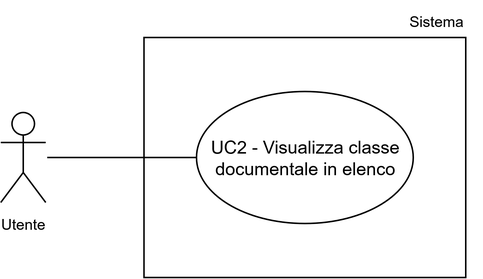
Above: assets/uml/UC2.png in 7-ZPUs/Docs (draw.io), before the change. Source tidied: cells renumbered, new cells last; positions are measured from the earlier drawing's top-left corner, leaving out a move shared by most shapes.
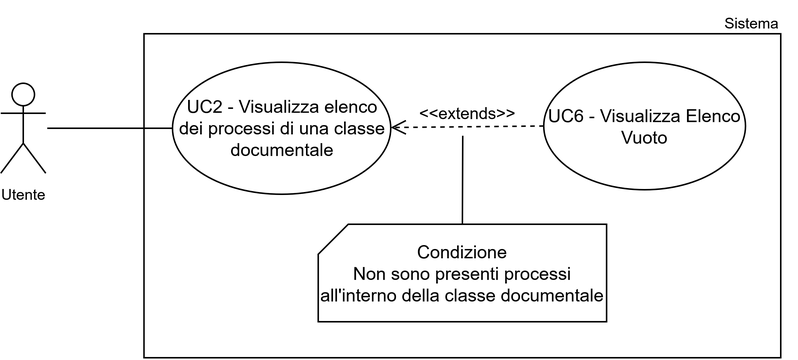
The same file after the commit.

The edit, as a diff of the source:
```diff
@@ -3,21 +3,35 @@
     <mxCell id="0" />
     <mxCell id="1" parent="0" />
     <mxCell id="2" style="whiteSpace=wrap;html=1;" parent="1" vertex="1">
-      <mxGeometry x="95.5" y="24.5" width="214.5" height="160" as="geometry" />
+      <mxGeometry x="95.5" y="242" width="424.5" height="216" as="geometry" />
     </mxCell>
-    <mxCell id="3" value="UC2 - Visualizza classe documentale in elenco" style="ellipse;whiteSpace=wrap;html=1;" parent="1" vertex="1">
-      <mxGeometry x="130.5" y="60.5" width="144.5" height="88" as="geometry" />
+    <mxCell id="3" value="&lt;div&gt;UC2 - Visualizza elenco dei processi di una classe documentale&lt;/div&gt;" style="ellipse;whiteSpace=wrap;html=1;" parent="1" vertex="1">
+      <mxGeometry x="114.5" y="261" width="145.5" height="88" as="geometry" />
     </mxCell>
     <mxCell id="4" value="&lt;font style=&quot;font-size: 10px;&quot;&gt;Utente&lt;/font&gt;" style="shape=umlActor;verticalLabelPosition=bottom;verticalAlign=top;html=1;" parent="1" vertex="1">
-      <mxGeometry y="74.5" width="30" height="60" as="geometry" />
+      <mxGeometry y="275" width="30" height="60" as="geometry" />
     </mxCell>
     <mxCell id="5" value="Sistema" style="text;html=1;whiteSpace=wrap;strokeColor=none;fillColor=none;align=center;verticalAlign=middle;rounded=0;fontSize=10;" parent="1" vertex="1">
-      <mxGeometry x="261" y="-0.5" width="60" height="30" as="geometry" />
+      <mxGeometry x="471" y="219.5" width="60" height="30" as="geometry" />
     </mxCell>
     <mxCell id="6" style="endArrow=none;html=1;rounded=0;entryX=0;entryY=0.5;entryDx=0;entryDy=0;" parent="1" edge="1" target="3">
       <mxGeometry relative="1" as="geometry">
-        <mxPoint x="31" y="104.5" as="sourcePoint" />
+        <mxPoint x="31" y="305" as="sourcePoint" />
       </mxGeometry>
     </mxCell>
+    <mxCell id="7" value="UC6 - Visualizza Elenco Vuoto" style="ellipse;whiteSpace=wrap;html=1;" parent="1" vertex="1">
+      <mxGeometry x="362" y="261" width="134.5" height="85" as="geometry" />
+    </mxCell>
+    <mxCell id="8" value="&amp;lt;&amp;lt;extends&amp;gt;&amp;gt;" style="html=1;verticalAlign=bottom;endArrow=open;dashed=1;endSize=8;curved=0;rounded=0;endFill=0;exitX=0;exitY=0.5;exitDx=0;exitDy=0;" parent="1" edge="1" source="7" target="3">
+      <mxGeometry relative="1" as="geometry" />
+    </mxCell>
+    <mxCell id="9" value="Condizione&lt;div&gt;Non sono presenti processi all'interno della classe documentale&lt;/div&gt;" style="shape=card;whiteSpace=wrap;html=1;size=20;" parent="1" vertex="1">
+      <mxGeometry x="211.6" y="369" width="192.2" height="65" as="geometry" />
+    </mxCell>
+    <mxCell id="10" style="endArrow=none;startArrow=none;html=1;rounded=0;entryX=0.5;entryY=0;entryDx=0;entryDy=0;entryPerimeter=0;startFill=0;endFill=0;" parent="1" edge="1" target="9">
+      <mxGeometry relative="1" as="geometry">
+        <mxPoint x="308" y="310" as="sourcePoint" />
+      </mxGeometry>
+    </mxCell>
   </root>
 </mxGraphModel>
```
